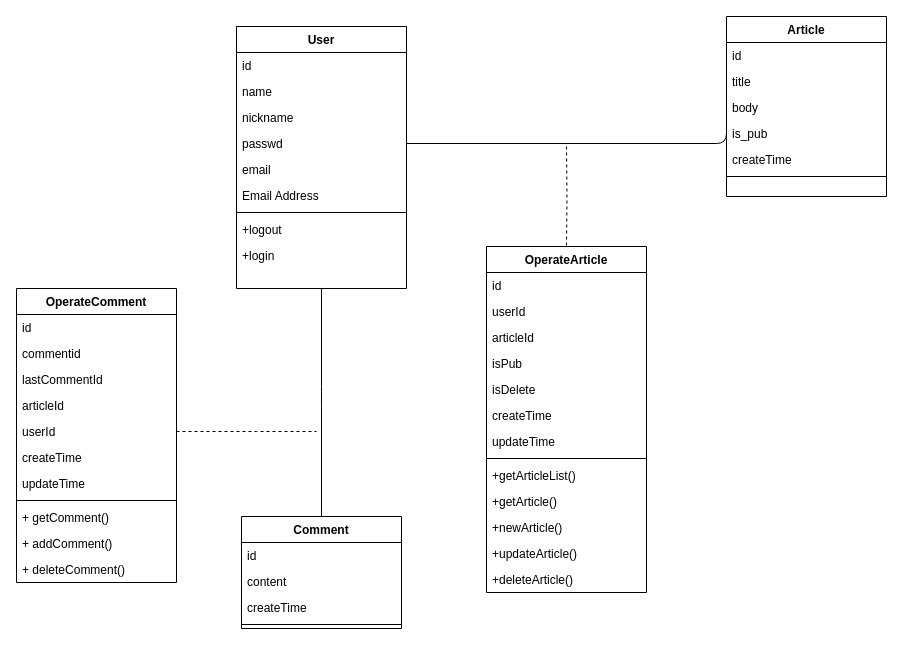
JohnsonGreen/FormalMethod keeps this draw.io diagram as uml.drawio. Above is the earlier version. Source tidied: cells renumbered, new cells numbered last; positions are measured from the earlier drawing's top-left corner, leaving out a move shared by most shapes. Both pictures are drawn from the tidied source at 100%, with x=0, y=0 at pixel (16, 16).
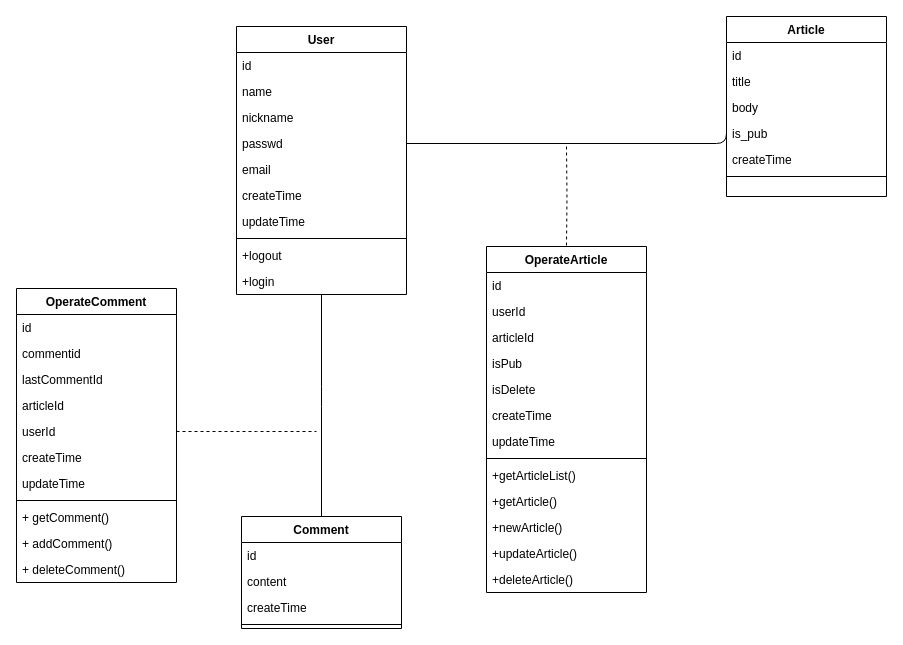
The same page after the edit.

Diff of the diagram source:
```diff
@@
     <mxCell id="9" value="User" style="swimlane;fontStyle=1;align=center;verticalAlign=top;horizontal=1;startSize=26;rounded=0;shadow=0;strokeWidth=1;" parent="1" vertex="1">
-      <mxGeometry x="220" y="10" width="170" height="262" as="geometry" />
+      <mxGeometry x="220" y="10" width="170" height="268" as="geometry" />
     </mxCell>
@@
-    <mxCell id="15" value="Email Address" style="text;align=left;verticalAlign=top;spacingLeft=4;spacingRight=4;overflow=hidden;rounded=0;shadow=0;html=0;" parent="9" vertex="1">
+    <mxCell id="15" value="createTime" style="text;align=left;verticalAlign=top;spacingLeft=4;spacingRight=4;overflow=hidden;rounded=0;shadow=0;html=0;" parent="9" vertex="1">
       <mxGeometry y="156" width="170" height="26" as="geometry" />
     </mxCell>
+    <mxCell id="54" value="updateTime" style="text;align=left;verticalAlign=top;spacingLeft=4;spacingRight=4;overflow=hidden;rounded=0;shadow=0;html=0;" parent="9" vertex="1">
+      <mxGeometry y="182" width="170" height="26" as="geometry" />
+    </mxCell>
     <mxCell id="16" style="line;html=1;strokeWidth=1;align=left;verticalAlign=middle;spacingTop=-1;spacingLeft=3;spacingRight=3;labelPosition=right;" parent="9" vertex="1">
-      <mxGeometry y="182" width="170" height="8" as="geometry" />
+      <mxGeometry y="208" width="170" height="8" as="geometry" />
     </mxCell>
     <mxCell id="17" value="+logout" style="text;align=left;verticalAlign=top;spacingLeft=4;spacingRight=4;overflow=hidden;" parent="9" vertex="1">
-      <mxGeometry y="190" width="170" height="26" as="geometry" />
+      <mxGeometry y="216" width="170" height="26" as="geometry" />
     </mxCell>
     <mxCell id="18" value="+login" style="text;align=left;verticalAlign=top;spacingLeft=4;spacingRight=4;overflow=hidden;" parent="9" vertex="1">
-      <mxGeometry y="216" width="170" height="26" as="geometry" />
+      <mxGeometry y="242" width="170" height="26" as="geometry" />
     </mxCell>
```
